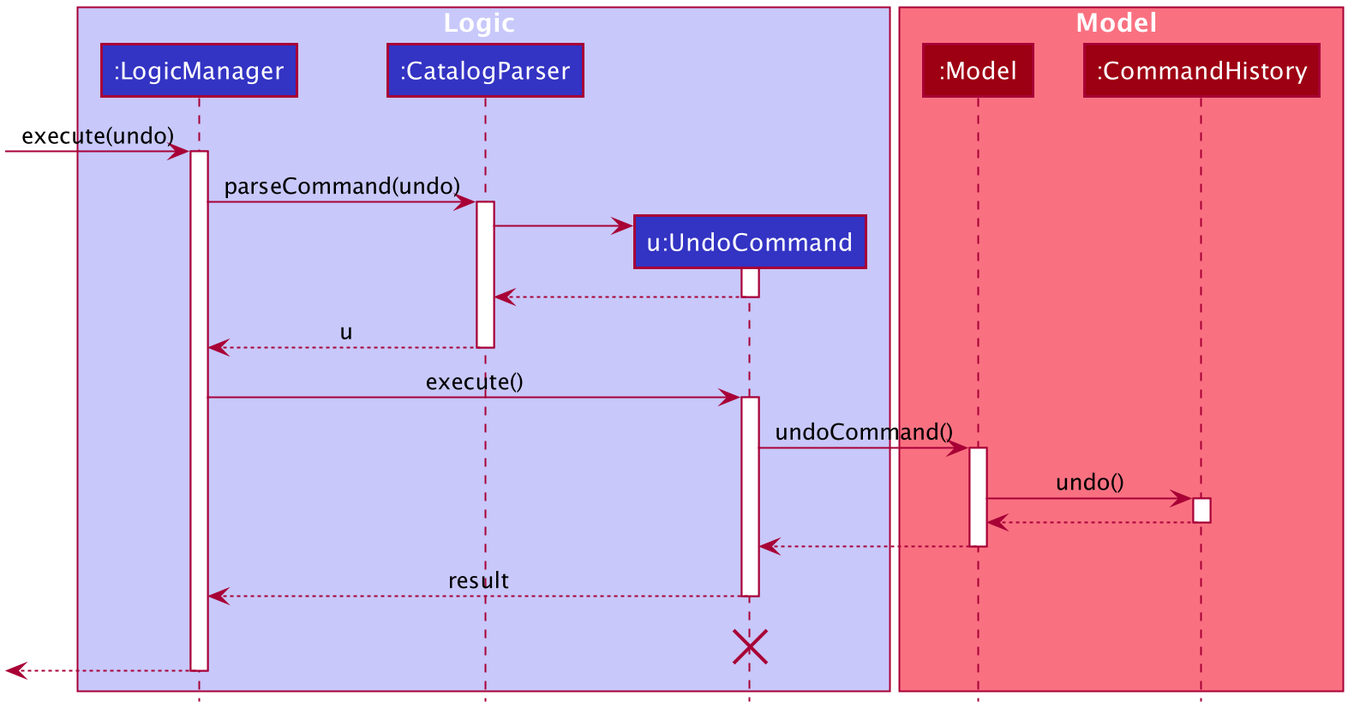
nus-cs2103-AY1920S1/addressbook-level3 keeps this PlantUML diagram as docs/images/UndoSequenceDiagram.png. Above is the earlier version. Its source is kept beside it as docs/diagrams/UndoSequenceDiagram.puml.
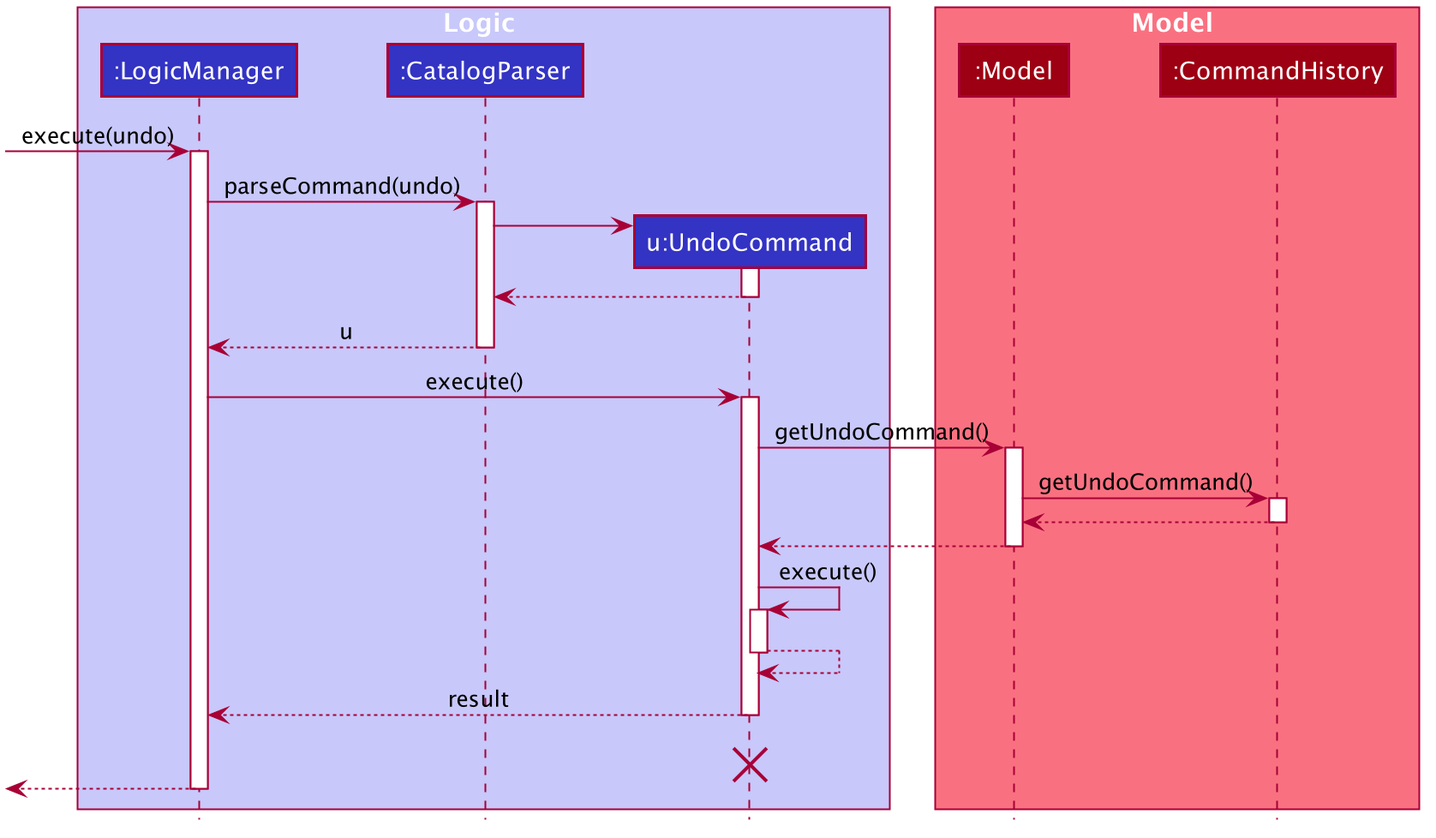
Above is the later version.

What changed in the source:
```diff
@@ -30,17 +30,23 @@
 LogicManager -> UndoCommand : execute()
 activate UndoCommand
 
-UndoCommand -> Model : undoCommand()
+UndoCommand -> Model : getUndoCommand()
 activate Model
 
-Model -> CommandHistory : undo()
+Model -> CommandHistory : getUndoCommand()
 activate CommandHistory
 
-CommandHistory --> Model :
+CommandHistory --> Model
 deactivate CommandHistory
 
 Model --> UndoCommand
 deactivate Model
+
+UndoCommand -> UndoCommand : execute()
+activate UndoCommand
+
+UndoCommand --> UndoCommand
+deactivate UndoCommand
 
 UndoCommand --> LogicManager : result
 deactivate UndoCommand
```
